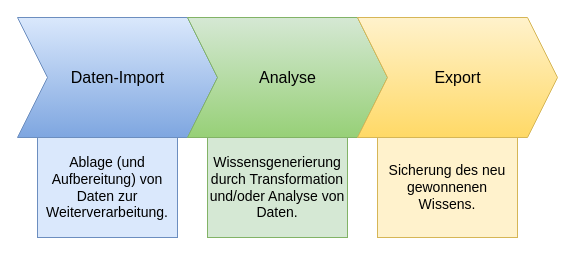
The draw.io diagram docs/src/docs/asciidoc/img/overview.drawio.xml in culturegraph/culturegraph-workflow, before the edit. Source tidied: cells renumbered, new cells numbered last; positions are measured from the earlier drawing's top-left corner, leaving out a move shared by most shapes. Both pictures are drawn from the tidied source at 100%, with x=0, y=0 at pixel (17, 17).
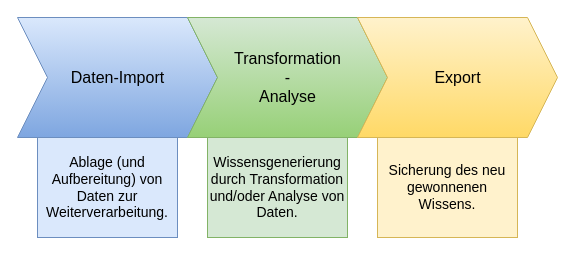
The same page after the edit.

The edit, as a diff of the source:
```diff
@@
-<mxGraphModel background="#ffffff">
+<mxGraphModel>
   <root>
     <mxCell id="0" />
     <mxCell id="1" parent="0" />
     <mxCell id="2" value="Daten-Import" style="html=1;shadow=0;dashed=0;align=center;verticalAlign=middle;shape=mxgraph.arrows2.arrow;dy=0;dx=30;notch=30;strokeColor=#6c8ebf;strokeWidth=1;fillColor=#dae8fc;fontSize=16;gradientColor=#7ea6e0;" parent="1" vertex="1">
       <mxGeometry width="200" height="120" as="geometry" />
     </mxCell>
-    <mxCell id="3" value="Analyse&lt;br style=&quot;font-size: 16px&quot;&gt;" style="html=1;shadow=0;dashed=0;align=center;verticalAlign=middle;shape=mxgraph.arrows2.arrow;dy=0;dx=30;notch=30;strokeColor=#82b366;strokeWidth=1;fillColor=#d5e8d4;fontSize=16;gradientColor=#97d077;" parent="1" vertex="1">
-      <mxGeometry x="170" width="200" height="120" as="geometry" />
-    </mxCell>
+    <mxCell id="8" value="Transformation&lt;br&gt;-&lt;br&gt;Analyse&lt;br style=&quot;font-size: 16px&quot;&gt;" style="html=1;shadow=0;dashed=0;align=center;verticalAlign=middle;shape=mxgraph.arrows2.arrow;dy=0;dx=30;notch=30;strokeColor=#82b366;strokeWidth=1;fillColor=#d5e8d4;fontSize=16;gradientColor=#97d077;" parent="1" vertex="1">
+      <mxGeometry x="170" width="200" height="120" as="geometry" />
+    </mxCell>
     <mxCell id="4" value="Export" style="html=1;shadow=0;dashed=0;align=center;verticalAlign=middle;shape=mxgraph.arrows2.arrow;dy=0;dx=30;notch=30;strokeColor=#d6b656;strokeWidth=1;fillColor=#fff2cc;fontSize=16;gradientColor=#ffd966;" parent="1" vertex="1">
       <mxGeometry x="340" width="200" height="120" as="geometry" />
     </mxCell>
     <mxCell id="5" value="&lt;div style=&quot;text-align: center&quot;&gt;&lt;span&gt;Ablage (und Aufbereitung) von Daten zur Weiterverarbeitung.&lt;/span&gt;&lt;/div&gt;" style="text;html=1;strokeColor=#6c8ebf;fillColor=#dae8fc;align=center;verticalAlign=middle;whiteSpace=wrap;rounded=0;glass=0;fontSize=14;" parent="1" vertex="1">
       <mxGeometry x="20" y="120" width="140" height="100" as="geometry" />
     </mxCell>
     <mxCell id="6" value="Wissensgenerierung durch Transformation und/oder Analyse von Daten." style="text;html=1;strokeColor=#82b366;fillColor=#d5e8d4;align=center;verticalAlign=middle;whiteSpace=wrap;rounded=0;glass=0;fontSize=14;" parent="1" vertex="1">
       <mxGeometry x="190" y="120" width="140" height="100" as="geometry" />
     </mxCell>
     <mxCell id="7" value="Sicherung des neu gewonnenen Wissens." style="text;html=1;strokeColor=#d6b656;fillColor=#fff2cc;align=center;verticalAlign=middle;whiteSpace=wrap;rounded=0;glass=0;fontSize=14;" parent="1" vertex="1">
       <mxGeometry x="360" y="120" width="140" height="100" as="geometry" />
     </mxCell>
   </root>
 </mxGraphModel>
```
